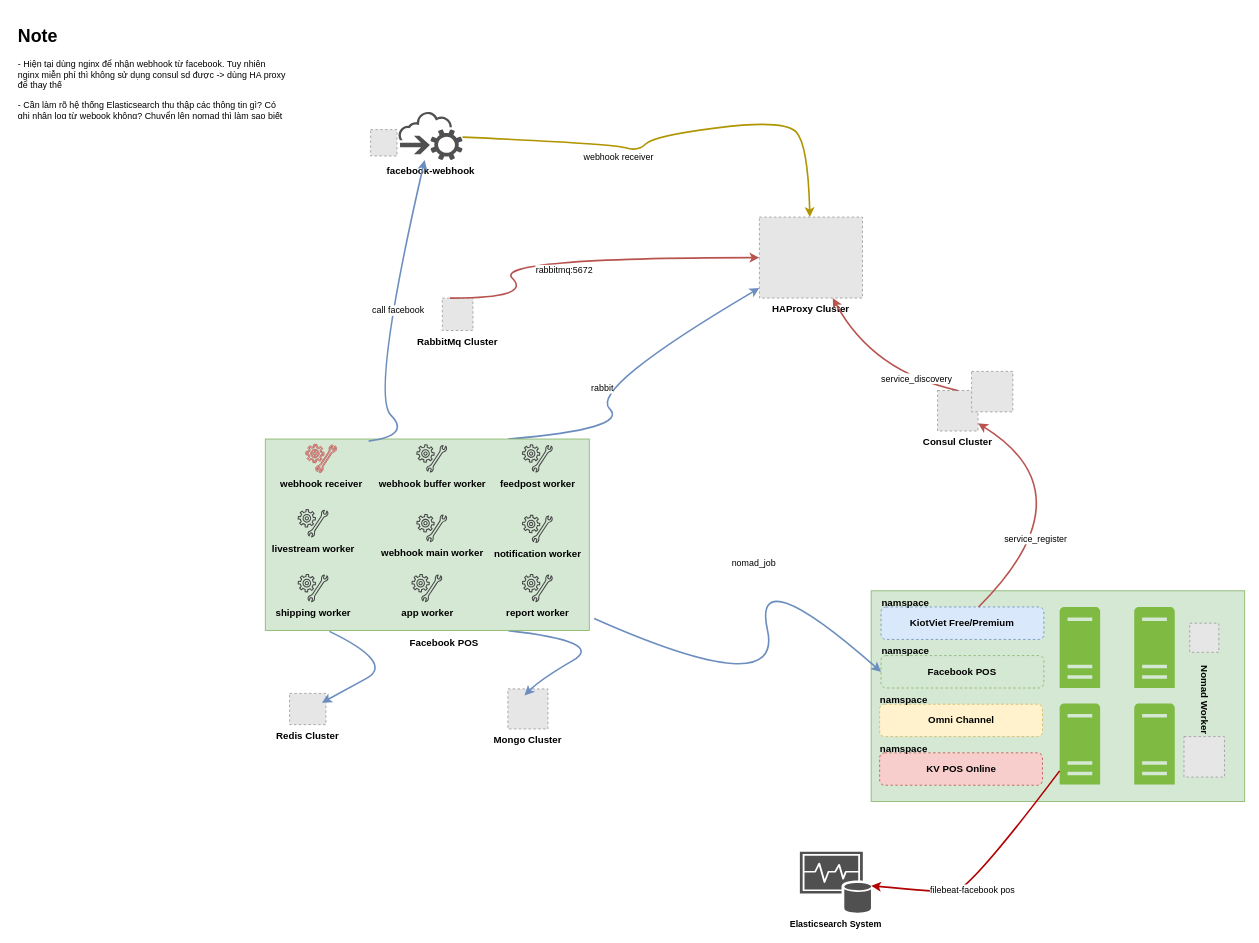
Before: page "Facebook POS" (2 of 4) of KOL.drawio in khinhvuphiduong/diagrams.net, a draw.io diagram. Source tidied: cells renumbered, new cells numbered last; positions are measured from the earlier drawing's top-left corner, leaving out a move shared by most shapes. Both pictures are drawn from the tidied source at 81%, with x=0, y=0 at pixel (14, 22). Pictures stored in the file or linked from it are replaced by grey dashed boxes.
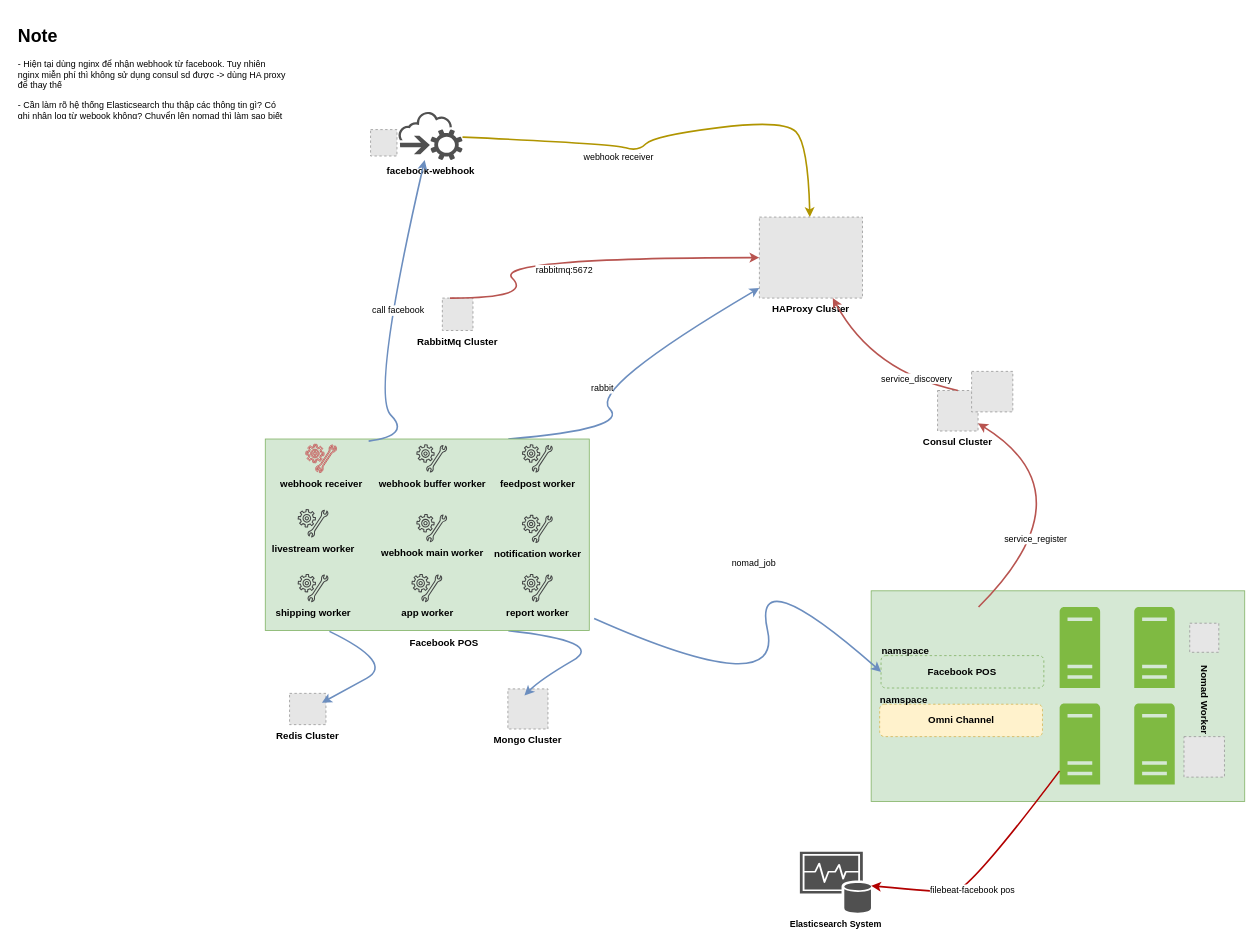
The same diagram, later.

Unchanged cells that the change refers to:
```xml
<mxCell id="4" style="group;fillColor=#d5e8d4;strokeColor=#82b366;" parent="1" vertex="1">
  <mxGeometry x="1058" y="701.9" width="461.2" height="260" as="geometry" />
</mxCell>
<mxCell id="27" value="Consul Cluster" style="fillColor=#E6E6E6;strokeColor=#999999;dashed=1;verticalLabelPosition=bottom;labelBackgroundColor=default;verticalAlign=top;fontStyle=1;" parent="26" vertex="1">
  <mxGeometry y="23.6" width="50" height="50" as="geometry" />
</mxCell>
```

What changed in the source:
```diff
@@
-    <mxCell id="5" style="group;" parent="4" vertex="1">
-      <mxGeometry x="1.7" width="211.5" height="60" as="geometry" />
-    </mxCell>
-    <mxCell id="6" value="&lt;b&gt;KiotViet Free/Premium&lt;/b&gt;" style="rounded=1;whiteSpace=wrap;html=1;dashed=1;fillColor=#dae8fc;strokeColor=#6c8ebf;" parent="5" vertex="1">
-      <mxGeometry x="10.5" y="20" width="201" height="40" as="geometry" />
-    </mxCell>
-    <mxCell id="7" value="namspace" style="text;html=1;align=center;verticalAlign=middle;strokeColor=none;fillColor=none;fontStyle=1;" parent="5" vertex="1">
-      <mxGeometry width="80" height="30" as="geometry" />
-    </mxCell>
@@
-    <mxCell id="14" style="group;" parent="4" vertex="1">
-      <mxGeometry y="180" width="211.5" height="60" as="geometry" />
-    </mxCell>
-    <mxCell id="15" value="&lt;b&gt;KV POS Online&lt;/b&gt;" style="rounded=1;whiteSpace=wrap;html=1;dashed=1;fillColor=#f8cecc;strokeColor=#b85450;" parent="14" vertex="1">
-      <mxGeometry x="10.5" y="20" width="201" height="40" as="geometry" />
-    </mxCell>
-    <mxCell id="16" value="namspace" style="text;html=1;align=center;verticalAlign=middle;strokeColor=none;fillColor=none;fontStyle=1;" parent="14" vertex="1">
-      <mxGeometry width="80" height="30" as="geometry" />
-    </mxCell>
@@
-    <mxCell id="29" style="curved=1;endArrow=classic;html=1;rounded=0;fillColor=#f8cecc;strokeColor=#b85450;strokeWidth=2;" parent="1" edge="1" source="6" target="27">
+    <mxCell id="29" style="curved=1;endArrow=classic;html=1;rounded=0;fillColor=#f8cecc;strokeColor=#b85450;strokeWidth=2;" parent="1" edge="1" target="27">
       <mxGeometry relative="1" as="geometry">
+        <mxPoint x="1190.6" y="721.9" as="sourcePoint" />
         <Array as="points">
           <mxPoint x="1330" y="582" />
         </Array>
       </mxGeometry>
     </mxCell>
```
